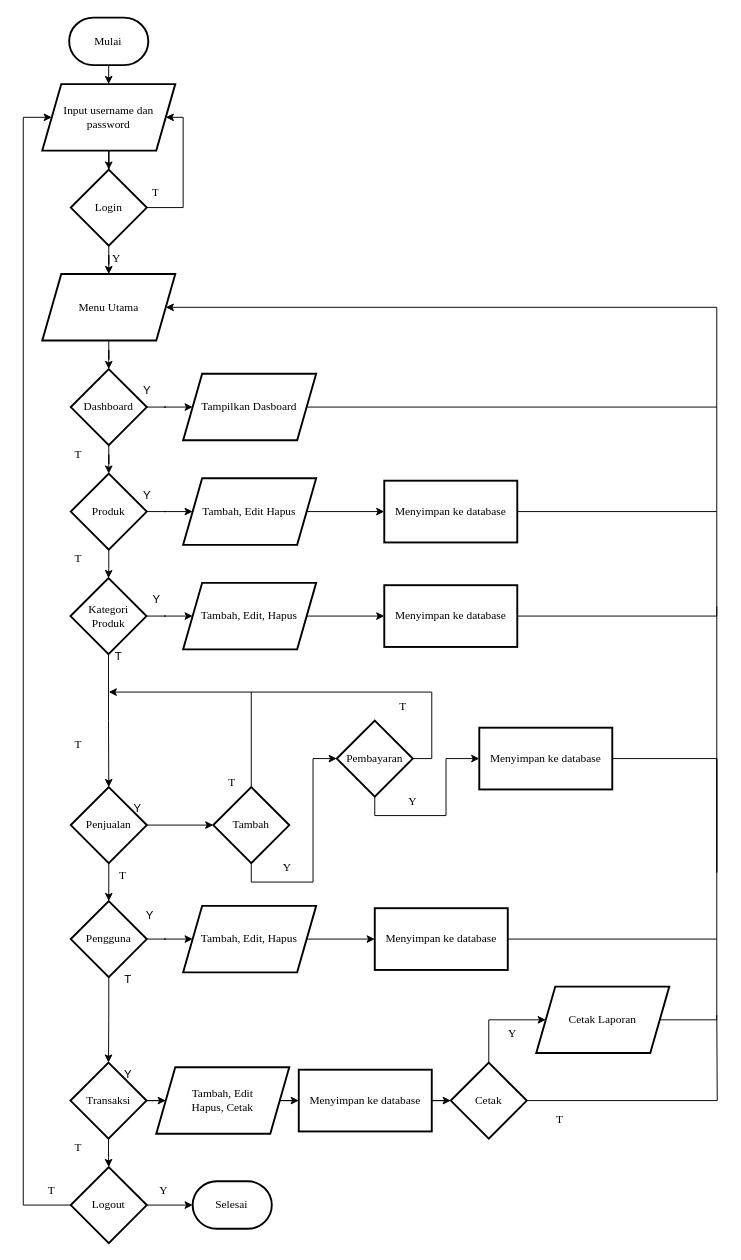
This is page "Flowcart" (12 of 22) of TA.drawio from angelinahandini/TA, a draw.io file, before an edit. Source tidied: cells renumbered, new cells numbered last; positions are measured from the earlier drawing's top-left corner, leaving out a move shared by most shapes. Both pictures are drawn from the tidied source at 95%, with x=0, y=0 at pixel (23, 17).
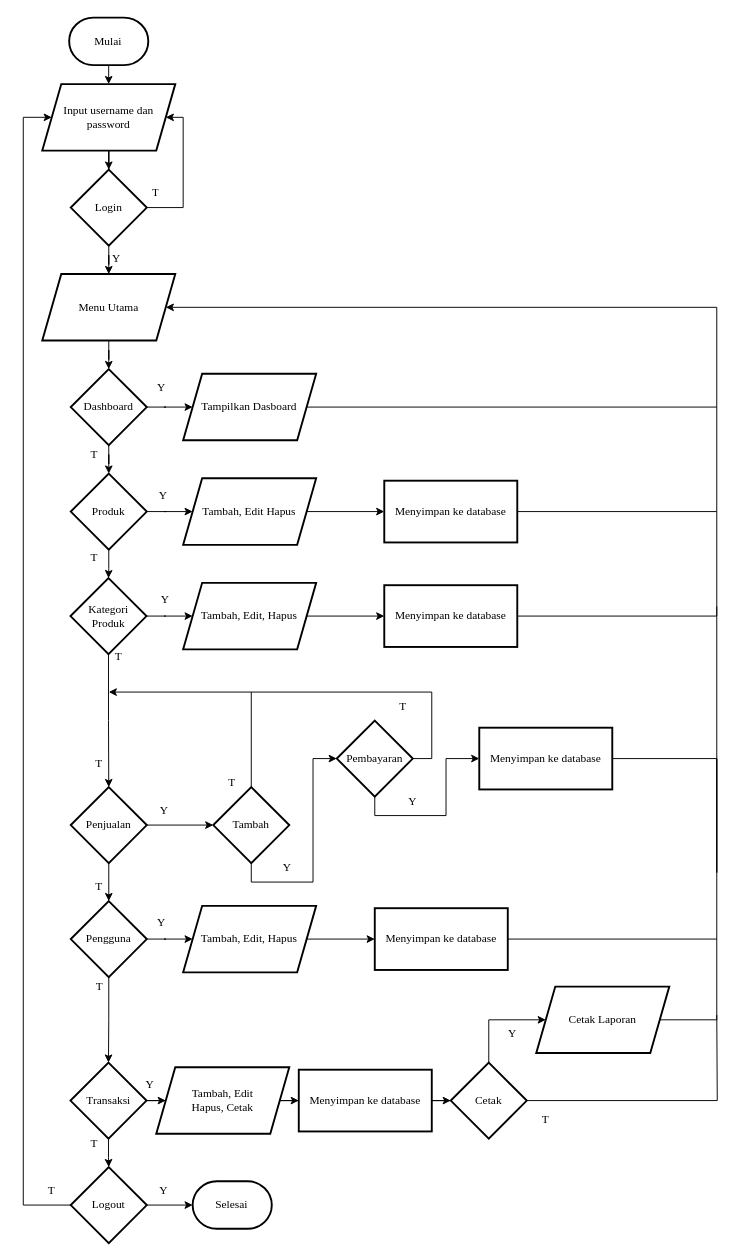
The same page after the edit.

What changed in the source:
```diff
@@
     <mxCell id="67" value="T" style="text;html=1;strokeColor=none;fillColor=none;align=center;verticalAlign=middle;whiteSpace=wrap;rounded=0;fontFamily=Times New Roman;" parent="1" vertex="1">
-      <mxGeometry x="540" y="1150" width="50" height="20" as="geometry" />
+      <mxGeometry x="525" y="1150" width="50" height="20" as="geometry" />
     </mxCell>
@@
     <mxCell id="74" value="T" style="text;html=1;strokeColor=none;fillColor=none;align=center;verticalAlign=middle;whiteSpace=wrap;rounded=0;fontFamily=Times New Roman;" parent="1" vertex="1">
-      <mxGeometry x="28.3" y="1175" width="60" height="30" as="geometry" />
+      <mxGeometry x="45" y="1170" width="60" height="30" as="geometry" />
     </mxCell>
     <mxCell id="75" value="T" style="text;html=1;strokeColor=none;fillColor=none;align=center;verticalAlign=middle;whiteSpace=wrap;rounded=0;fontFamily=Times New Roman;" parent="1" vertex="1">
-      <mxGeometry x="75" y="888" width="60" height="30" as="geometry" />
+      <mxGeometry x="50" y="900" width="60" height="30" as="geometry" />
     </mxCell>
     <mxCell id="76" value="T" style="text;html=1;strokeColor=none;fillColor=none;align=center;verticalAlign=middle;whiteSpace=wrap;rounded=0;fontFamily=Times New Roman;" parent="1" vertex="1">
-      <mxGeometry x="28.3" y="750" width="60" height="30" as="geometry" />
+      <mxGeometry x="50" y="770" width="60" height="30" as="geometry" />
     </mxCell>
     <mxCell id="77" value="T" style="text;html=1;strokeColor=none;fillColor=none;align=center;verticalAlign=middle;whiteSpace=wrap;rounded=0;fontFamily=Times New Roman;" parent="1" vertex="1">
-      <mxGeometry x="28.3" y="555" width="60" height="30" as="geometry" />
+      <mxGeometry x="45" y="552.5" width="60" height="30" as="geometry" />
     </mxCell>
     <mxCell id="78" value="T" style="text;html=1;strokeColor=none;fillColor=none;align=center;verticalAlign=middle;whiteSpace=wrap;rounded=0;fontFamily=Times New Roman;" parent="1" vertex="1">
-      <mxGeometry x="28.3" y="445" width="60" height="30" as="geometry" />
+      <mxGeometry x="45" y="445" width="60" height="30" as="geometry" />
     </mxCell>
-    <mxCell id="79" value="Y" style="text;html=1;align=center;verticalAlign=middle;strokeColor=none;fillColor=none;" parent="1" vertex="1">
-      <mxGeometry x="115" y="378" width="30" height="30" as="geometry" />
+    <mxCell id="79" value="Y" style="text;html=1;align=center;verticalAlign=middle;strokeColor=none;fillColor=none;fontFamily=Times New Roman;" parent="1" vertex="1">
+      <mxGeometry x="129.7" y="375" width="30" height="30" as="geometry" />
     </mxCell>
-    <mxCell id="80" value="Y" style="text;html=1;align=center;verticalAlign=middle;strokeColor=none;fillColor=none;" parent="1" vertex="1">
-      <mxGeometry x="115" y="488" width="30" height="30" as="geometry" />
+    <mxCell id="80" value="Y" style="text;html=1;align=center;verticalAlign=middle;strokeColor=none;fillColor=none;fontFamily=Times New Roman;" parent="1" vertex="1">
+      <mxGeometry x="131.7" y="487.5" width="30" height="30" as="geometry" />
     </mxCell>
-    <mxCell id="81" value="Y" style="text;html=1;align=center;verticalAlign=middle;strokeColor=none;fillColor=none;" parent="1" vertex="1">
-      <mxGeometry x="125" y="598" width="30" height="30" as="geometry" />
+    <mxCell id="81" value="Y" style="text;html=1;align=center;verticalAlign=middle;strokeColor=none;fillColor=none;fontFamily=Times New Roman;" parent="1" vertex="1">
+      <mxGeometry x="134.2" y="597.5" width="30" height="30" as="geometry" />
     </mxCell>
-    <mxCell id="82" value="T" style="text;html=1;align=center;verticalAlign=middle;strokeColor=none;fillColor=none;" parent="1" vertex="1">
+    <mxCell id="82" value="T" style="text;html=1;align=center;verticalAlign=middle;strokeColor=none;fillColor=none;fontFamily=Times New Roman;" parent="1" vertex="1">
       <mxGeometry x="85" y="658" width="30" height="30" as="geometry" />
     </mxCell>
-    <mxCell id="83" value="Y" style="text;html=1;align=center;verticalAlign=middle;strokeColor=none;fillColor=none;" parent="1" vertex="1">
-      <mxGeometry x="95" y="1098" width="30" height="30" as="geometry" />
+    <mxCell id="83" value="Y" style="text;html=1;align=center;verticalAlign=middle;strokeColor=none;fillColor=none;fontFamily=Times New Roman;" parent="1" vertex="1">
+      <mxGeometry x="118.3" y="1107.5" width="30" height="30" as="geometry" />
     </mxCell>
-    <mxCell id="84" value="T" style="text;html=1;align=center;verticalAlign=middle;strokeColor=none;fillColor=none;" parent="1" vertex="1">
-      <mxGeometry x="95" y="998" width="30" height="30" as="geometry" />
+    <mxCell id="84" value="T" style="text;html=1;align=center;verticalAlign=middle;strokeColor=none;fillColor=none;fontFamily=Times New Roman;" parent="1" vertex="1">
+      <mxGeometry x="65" y="1005" width="30" height="30" as="geometry" />
     </mxCell>
-    <mxCell id="85" value="Y" style="text;html=1;align=center;verticalAlign=middle;strokeColor=none;fillColor=none;" parent="1" vertex="1">
-      <mxGeometry x="118.3" y="930" width="30" height="30" as="geometry" />
+    <mxCell id="85" value="Y" style="text;html=1;align=center;verticalAlign=middle;strokeColor=none;fillColor=none;fontFamily=Times New Roman;" parent="1" vertex="1">
+      <mxGeometry x="129.7" y="937.5" width="30" height="30" as="geometry" />
     </mxCell>
-    <mxCell id="86" value="Y" style="text;html=1;align=center;verticalAlign=middle;strokeColor=none;fillColor=none;" parent="1" vertex="1">
-      <mxGeometry x="105" y="818" width="30" height="30" as="geometry" />
+    <mxCell id="86" value="Y" style="text;html=1;align=center;verticalAlign=middle;strokeColor=none;fillColor=none;fontFamily=Times New Roman;" parent="1" vertex="1">
+      <mxGeometry x="133.3" y="820" width="30" height="30" as="geometry" />
     </mxCell>
```
